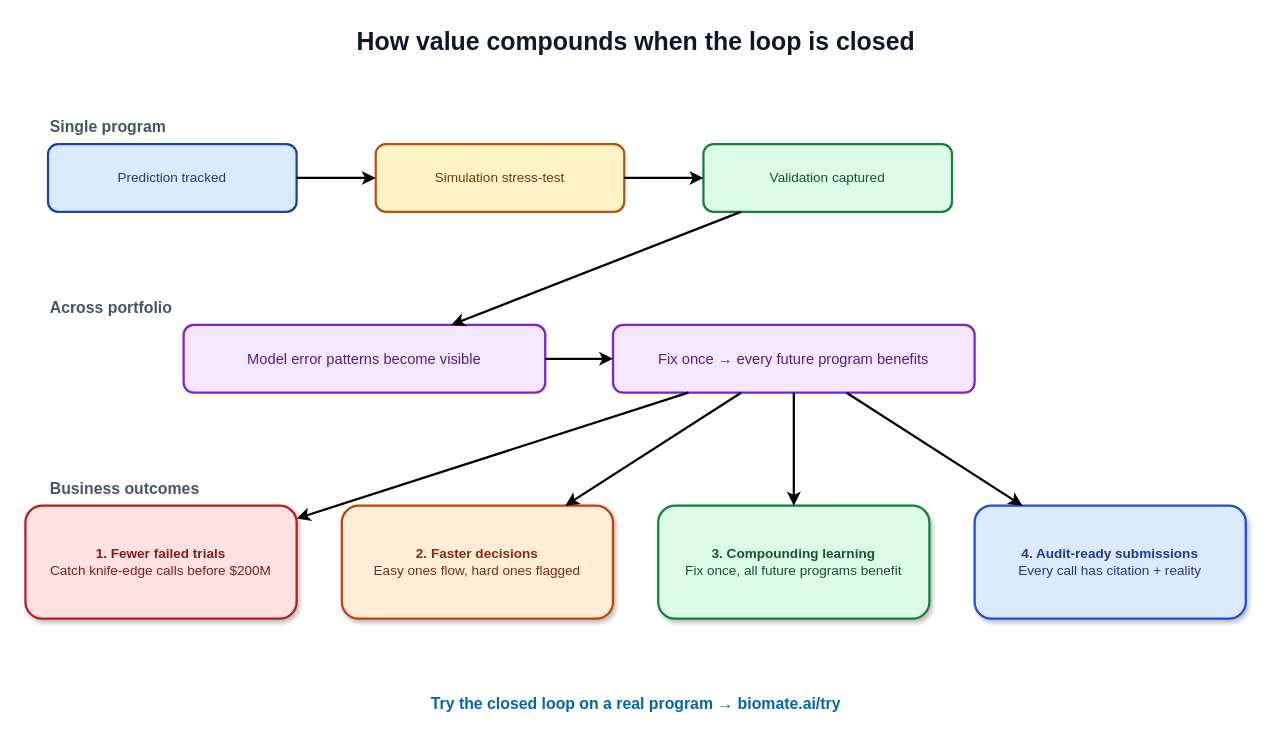
bioMate-AI/biomate-bioconductor-kb keeps this draw.io diagram as business/marketing/blog_posts/figures/post_5_benefits_stack.drawio.xml. Above is the earlier version. Source tidied: cells renumbered, new cells numbered last; positions are measured from the earlier drawing's top-left corner, leaving out a move shared by most shapes. Both pictures are drawn from the tidied source at 113%, with x=0, y=0 at pixel (25, 19).
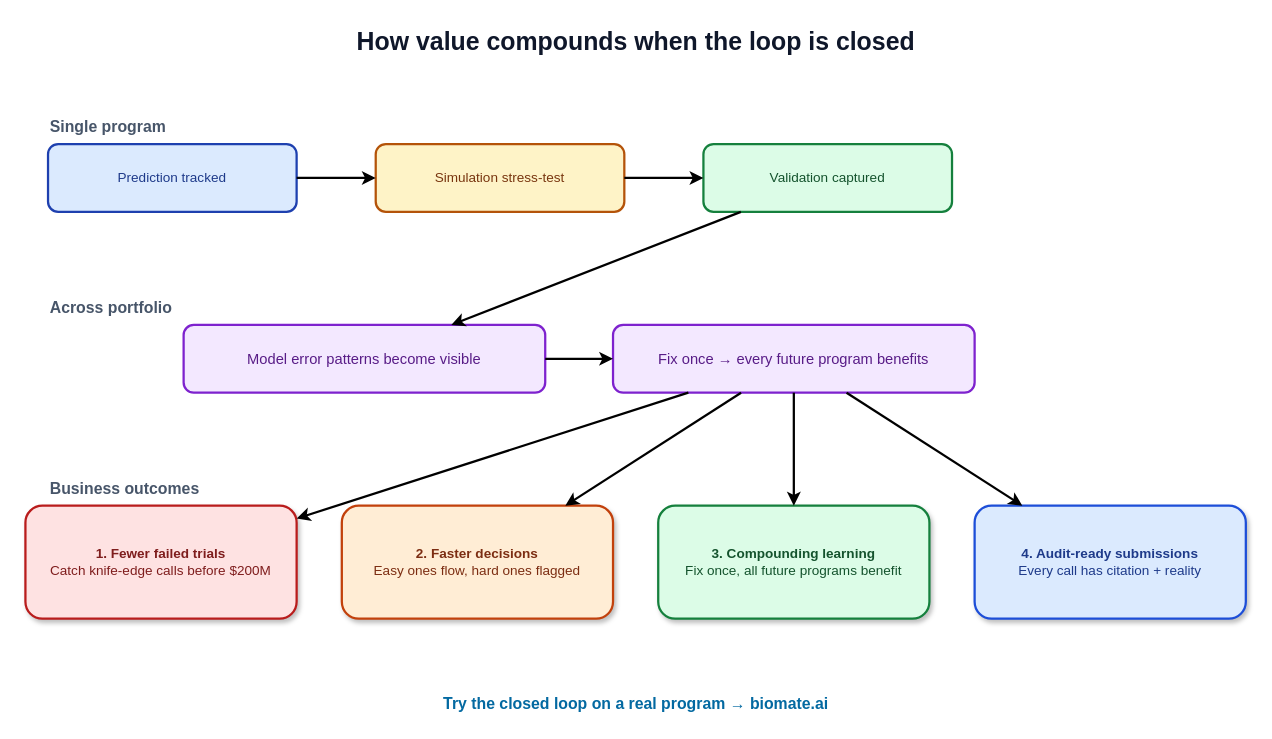
The same diagram, later.

Diff of the diagram source:
```diff
@@
-    <mxCell id="23" value="Try the closed loop on a real program → biomate.ai/try" style="text;html=1;align=center;fontSize=14;fontStyle=1;fontColor=#0369a1;" parent="1" vertex="1">
+    <mxCell id="23" value="Try the closed loop on a real program → biomate.ai" style="text;html=1;align=center;fontSize=14;fontStyle=1;fontColor=#0369a1;" parent="1" vertex="1">
       <mxGeometry x="140" y="590" width="800" height="30" as="geometry" />
     </mxCell>
```
